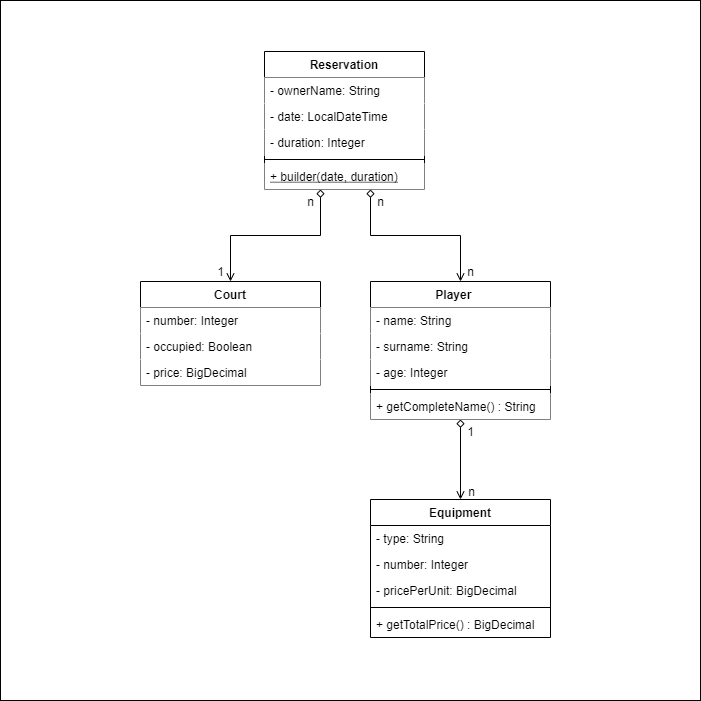
miw-upm/apaw-practice keeps this draw.io diagram as docs/TennisCourts.models.png. Above is the earlier version. Source tidied: cells renumbered, new cells last; positions are measured from the earlier drawing's top-left corner, leaving out a move shared by most shapes.
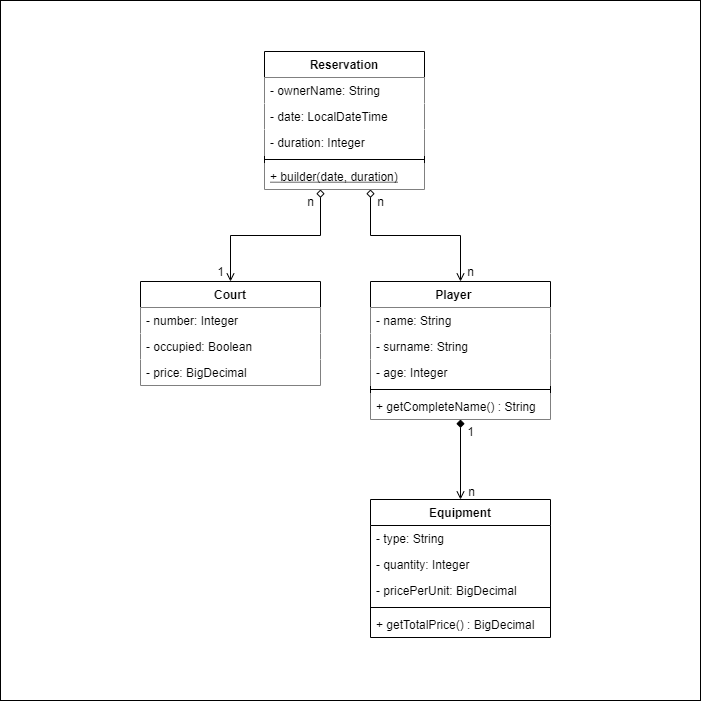
After the commit.

Commit message:
Update Tennis-Courts model & UML #52

What changed in the source:
```diff
@@ -39,7 +39,7 @@
     <mxCell id="10" value="+ builder(date, duration)" style="text;strokeColor=none;fillColor=default;align=left;verticalAlign=top;spacingLeft=4;spacingRight=4;overflow=hidden;fontStyle=4;" parent="5" vertex="1">
       <mxGeometry y="112" width="160" height="26" as="geometry" />
     </mxCell>
-    <mxCell id="11" style="edgeStyle=orthogonalEdgeStyle;rounded=0;jettySize=auto;html=1;endArrow=open;endFill=0;startArrow=diamond;startFill=0;" parent="1" edge="1" source="12" target="22">
+    <mxCell id="11" style="edgeStyle=orthogonalEdgeStyle;rounded=0;jettySize=auto;html=1;endArrow=open;endFill=0;startArrow=diamond;startFill=1;" parent="1" edge="1" source="12" target="22">
       <mxGeometry relative="1" as="geometry" />
     </mxCell>
     <mxCell id="12" value="Player    " style="swimlane;fontStyle=1;align=center;verticalAlign=top;horizontal=1;startSize=26;" parent="1" vertex="1">
@@ -78,7 +78,7 @@
     <mxCell id="23" value="- type: String" style="text;strokeColor=none;fillColor=none;align=left;verticalAlign=top;spacingLeft=4;spacingRight=4;overflow=hidden;" parent="22" vertex="1">
       <mxGeometry y="26" width="180" height="26" as="geometry" />
     </mxCell>
-    <mxCell id="24" value="- number: Integer" style="text;strokeColor=none;fillColor=none;align=left;verticalAlign=top;spacingLeft=4;spacingRight=4;overflow=hidden;" parent="22" vertex="1">
+    <mxCell id="24" value="- quantity: Integer" style="text;strokeColor=none;fillColor=none;align=left;verticalAlign=top;spacingLeft=4;spacingRight=4;overflow=hidden;" parent="22" vertex="1">
       <mxGeometry y="52" width="180" height="26" as="geometry" />
     </mxCell>
     <mxCell id="25" value="- pricePerUnit: BigDecimal" style="text;strokeColor=none;fillColor=none;align=left;verticalAlign=top;spacingLeft=4;spacingRight=4;overflow=hidden;" parent="22" vertex="1">
```
